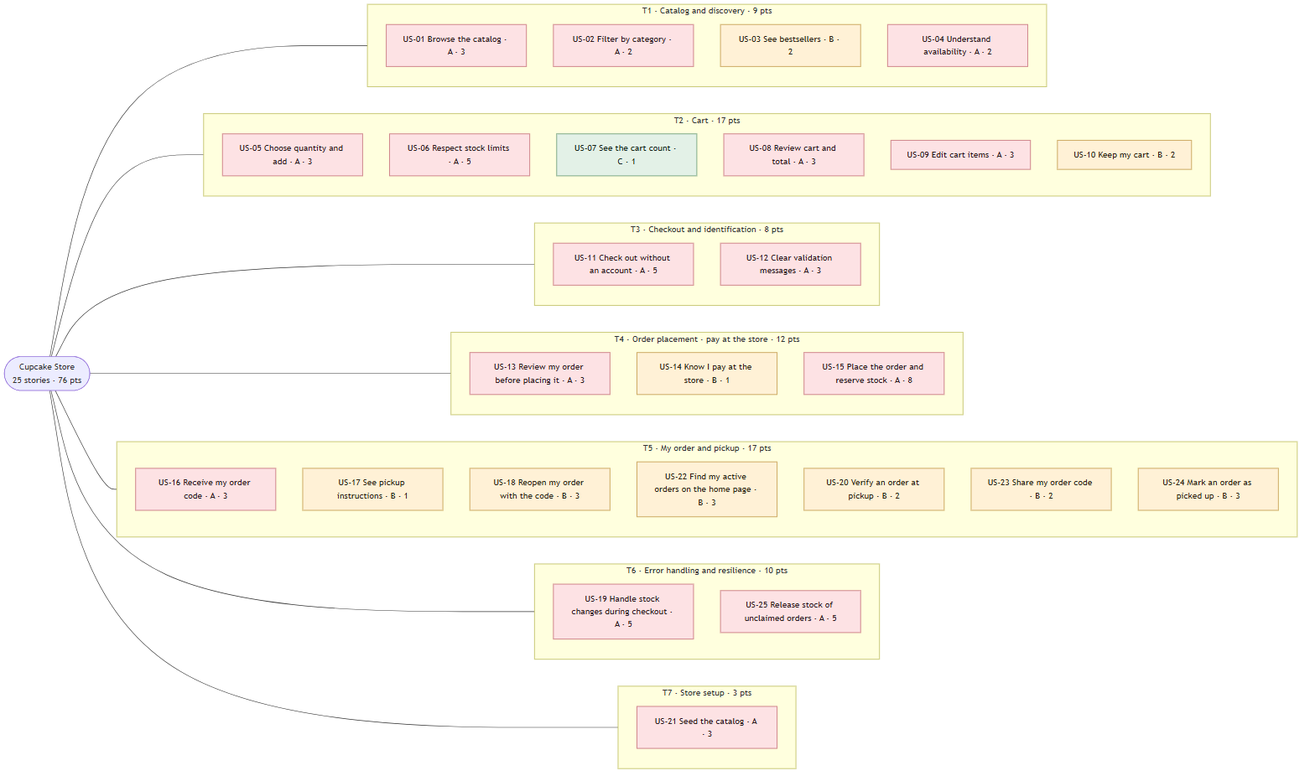
Earlier version of the Mermaid export docs/diagrams/planning/affinity-map.png (tiagopacedev/cupcake-app). Its source is kept beside it as docs/diagrams/planning/affinity-map.mmd.
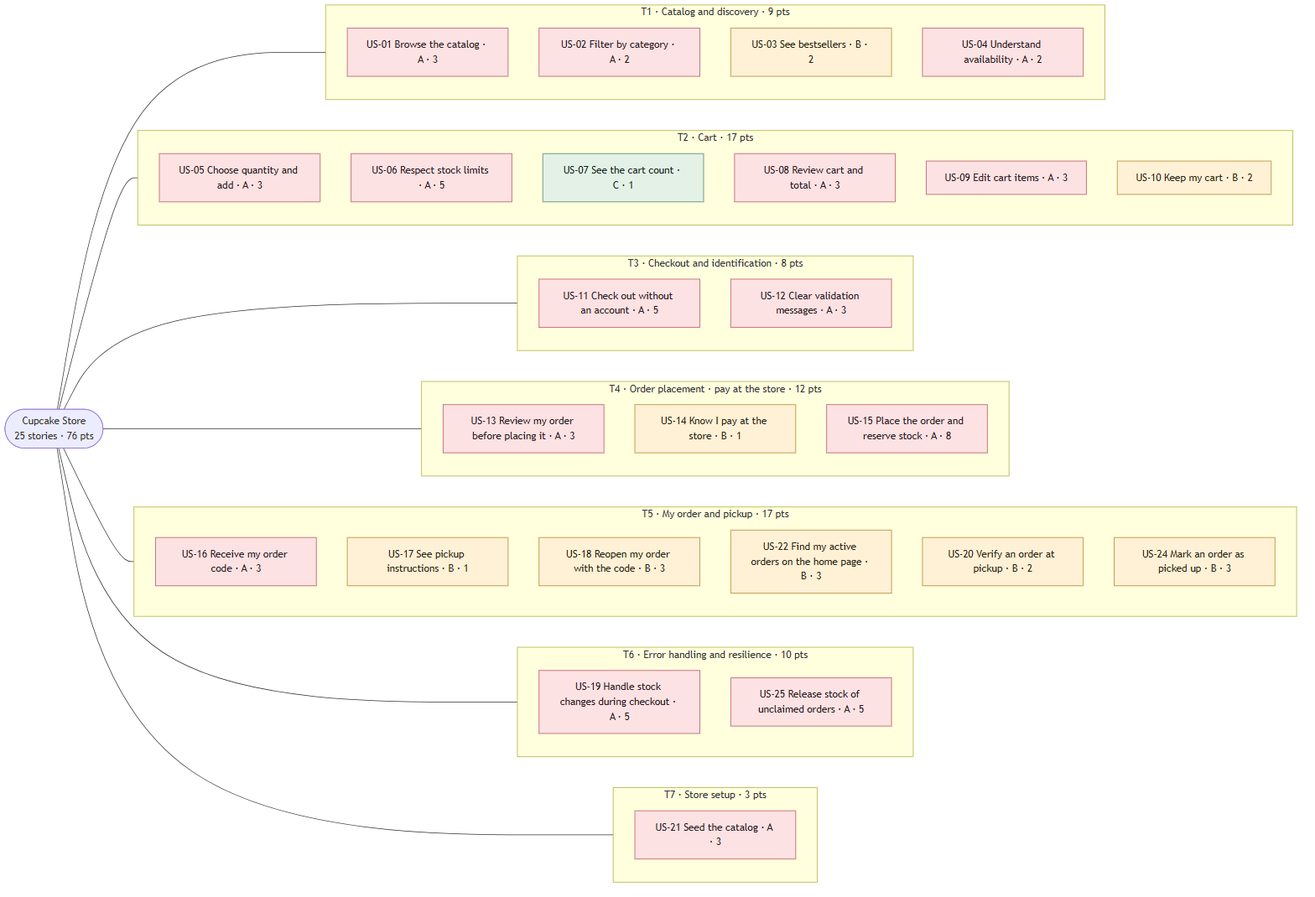
The same diagram one commit later.

Commit message:
docs(diagrams): drop copy and share from the order flow diagrams (D-29)

Change to the diagram source:
```diff
@@ -39,7 +39,6 @@
     US18["US-18 Reopen my order with the code · B · 3"]
     US22["US-22 Find my active orders on the home page · B · 3"]
     US20["US-20 Verify an order at pickup · B · 2"]
-    US23["US-23 Share my order code · B · 2"]
     US24["US-24 Mark an order as picked up · B · 3"]
   end
 
@@ -65,5 +64,5 @@
   classDef b fill:#FFF1D6,stroke:#B07D1F,color:#2B2414
   classDef c fill:#E3F1E7,stroke:#3E7D53,color:#16261B
   class US01,US02,US04,US05,US06,US08,US09,US11,US12,US13,US15,US16,US19,US21,US25 a
-  class US03,US10,US14,US17,US18,US20,US22,US23,US24 b
+  class US03,US10,US14,US17,US18,US20,US22,US24 b
   class US07 c
```
